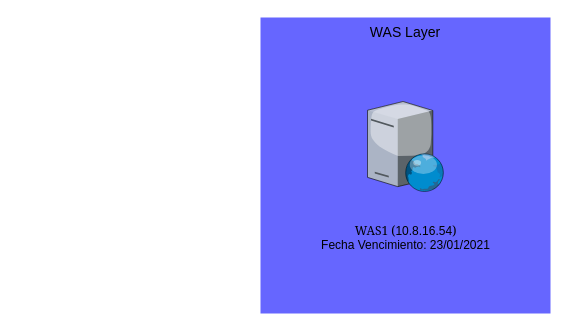
Above: page "Page-2" (3 of 3) of Untitled Diagram.drawio in jamapilo/platzi (draw.io), before the change. Source tidied: cells renumbered, new cells numbered last; positions are measured from the earlier drawing's top-left corner, leaving out a move shared by most shapes. Both pictures are drawn from the tidied source at 100%, with x=0, y=0 at pixel (260, 17).
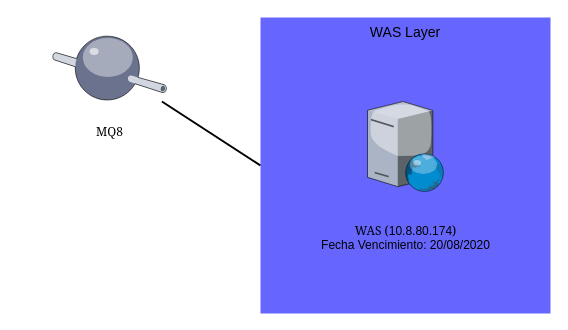
The same diagram, later.

The edit, as a diff of the source:
```diff
@@
 <mxGraphModel>
   <root>
     <mxCell id="0" />
     <mxCell id="1" parent="0" />
     <mxCell id="2" value="WAS Layer&lt;br&gt;" style="whiteSpace=wrap;html=1;fillColor=#6666FF;fontSize=14;strokeColor=none;verticalAlign=top;" parent="1" vertex="1">
       <mxGeometry width="290" height="296" as="geometry" />
     </mxCell>
     <mxCell id="3" style="verticalLabelPosition=bottom;html=1;verticalAlign=top;strokeColor=none;align=center;shape=mxgraph.citrix.web_server;" parent="1" vertex="1">
       <mxGeometry x="107" y="84" width="76.5" height="90" as="geometry" />
     </mxCell>
-    <mxCell id="4" value="&lt;font face=&quot;Georgia&quot;&gt;WAS1 (&lt;/font&gt;10.8.16.54&lt;font face=&quot;Georgia&quot;&gt;)&lt;br&gt;&lt;/font&gt;&lt;span&gt;Fecha Vencimiento:&amp;nbsp;&lt;/span&gt;&lt;span title=&quot;23/01/2021&quot;&gt;23/01/2021&lt;/span&gt;&lt;br&gt;&lt;br&gt;" style="text;html=1;strokeColor=none;fillColor=none;align=center;verticalAlign=middle;whiteSpace=wrap;rounded=0;" parent="1" vertex="1">
+    <mxCell id="4" value="&lt;font face=&quot;Georgia&quot;&gt;WAS (&lt;/font&gt;10.8.80.174&lt;font face=&quot;Georgia&quot;&gt;)&lt;br&gt;&lt;/font&gt;&lt;span&gt;Fecha Vencimiento:&amp;nbsp;&lt;/span&gt;&lt;span title=&quot;20/08/2020&quot;&gt;20/08/2020&lt;/span&gt;&lt;br&gt;&lt;br&gt;" style="text;html=1;strokeColor=none;fillColor=none;align=center;verticalAlign=middle;whiteSpace=wrap;rounded=0;" parent="1" vertex="1">
       <mxGeometry x="52.5" y="199" width="185" height="58" as="geometry" />
     </mxCell>
+    <mxCell id="5" style="verticalLabelPosition=bottom;html=1;verticalAlign=top;strokeColor=none;align=center;outlineConnect=0;shape=mxgraph.citrix.middleware;fillColor=#FFFF66;" parent="1" vertex="1">
+      <mxGeometry x="-208" y="16" width="114" height="68" as="geometry" />
+    </mxCell>
+    <mxCell id="6" value="&lt;font face=&quot;Georgia&quot;&gt;MQ8&lt;br&gt;&lt;/font&gt;&lt;br&gt;&lt;br&gt;" style="text;html=1;strokeColor=none;fillColor=none;align=center;verticalAlign=middle;whiteSpace=wrap;rounded=0;" parent="1" vertex="1">
+      <mxGeometry x="-243.5" y="100" width="185" height="58" as="geometry" />
+    </mxCell>
+    <mxCell id="7" style="edgeStyle=none;rounded=0;html=1;startSize=10;endSize=10;jettySize=auto;fontSize=14;endArrow=none;endFill=0;strokeWidth=2;entryX=0;entryY=0.5;entryDx=0;entryDy=0;" parent="1" edge="1" source="5" target="2">
+      <mxGeometry relative="1" as="geometry" />
+    </mxCell>
   </root>
 </mxGraphModel>
```
